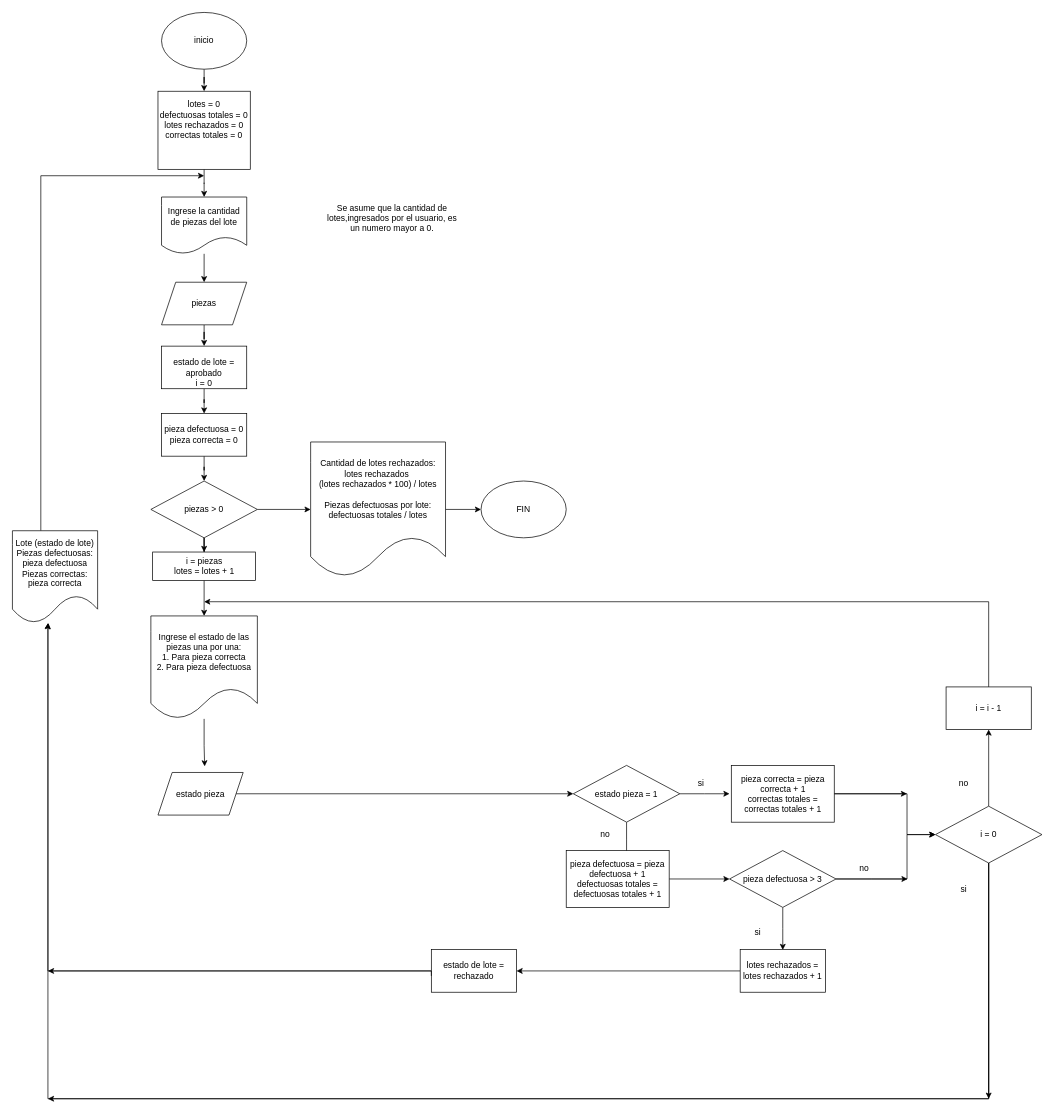
This is page "Página-2" (2 of 2) of Ejercicio4_tp3.drawio from tomassala1/Parcial-Intro-UNRN, a draw.io file, before an edit. Source tidied: cells renumbered, new cells numbered last; positions are measured from the earlier drawing's top-left corner, leaving out a move shared by most shapes. Both pictures are drawn from the tidied source at 71%, with x=0, y=0 at pixel (12, 12).
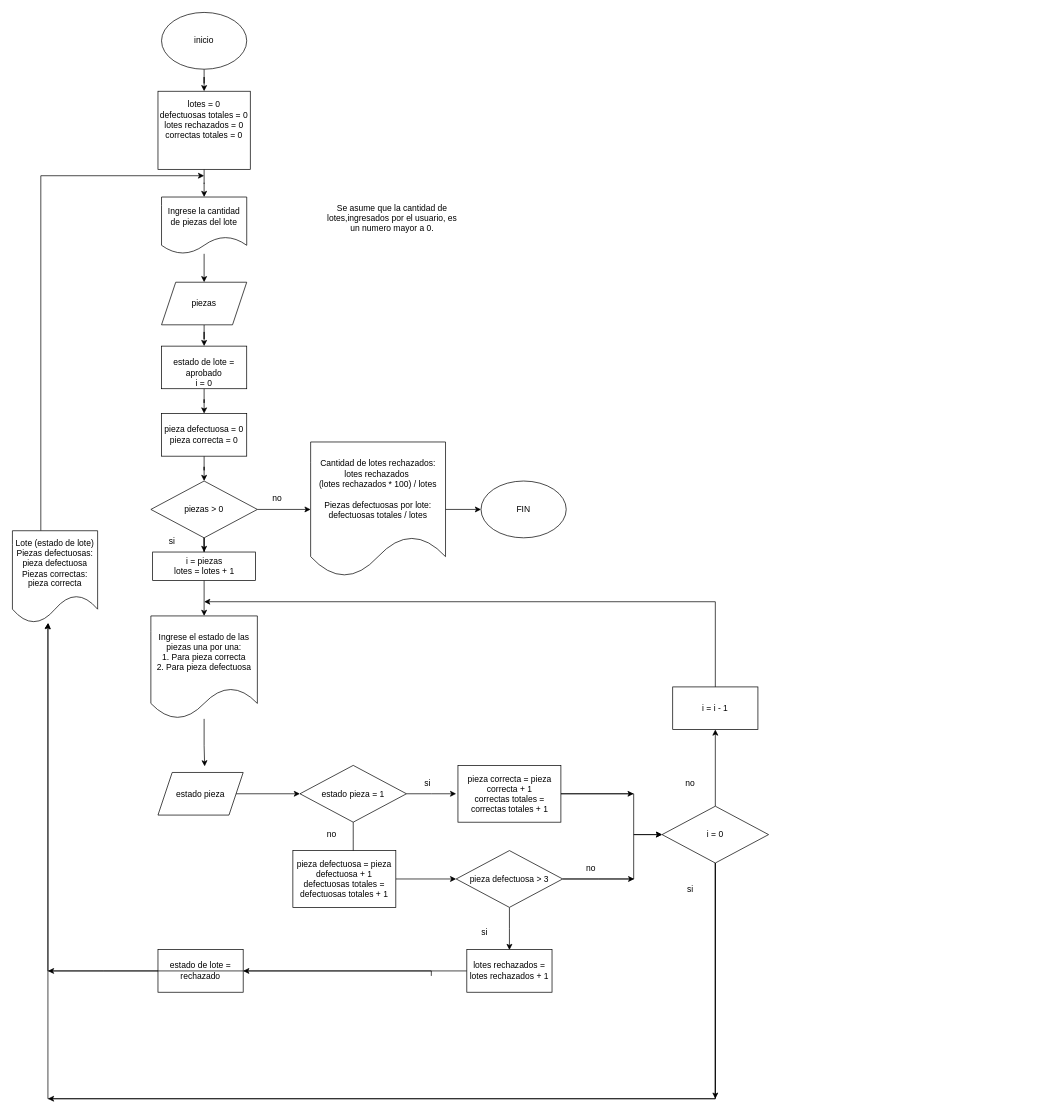
Above is the later version.

Change to the diagram source:
```diff
@@
     <mxCell id="11" style="edgeStyle=orthogonalEdgeStyle;rounded=0;jettySize=auto;html=1;" parent="1" edge="1" source="12">
       <mxGeometry relative="1" as="geometry">
-        <mxPoint x="865" y="1190.5" as="targetPoint" />
+        <mxPoint x="480" y="1190.5" as="targetPoint" />
       </mxGeometry>
     </mxCell>
     <mxCell id="12" value="estado pieza = 1" style="rhombus;whiteSpace=wrap;html=1;" parent="1" vertex="1">
-      <mxGeometry x="790" y="1060.5" width="150" height="80" as="geometry" />
+      <mxGeometry x="405" y="1060.5" width="150" height="80" as="geometry" />
     </mxCell>
@@
     <mxCell id="14" value="&lt;div&gt;pieza defectuosa = pieza defectuosa + 1&lt;/div&gt;&lt;div&gt;defectuosas totales = defectuosas totales + 1&lt;/div&gt;" style="rounded=0;whiteSpace=wrap;html=1;" parent="1" vertex="1">
-      <mxGeometry x="780" y="1180.5" width="145" height="80" as="geometry" />
+      <mxGeometry x="395" y="1180.5" width="145" height="80" as="geometry" />
     </mxCell>
     <mxCell id="15" style="edgeStyle=orthogonalEdgeStyle;rounded=0;jettySize=auto;html=1;" parent="1" edge="1" source="12">
       <mxGeometry relative="1" as="geometry">
-        <mxPoint x="1010" y="1100.5" as="targetPoint" />
+        <mxPoint x="625" y="1100.5" as="targetPoint" />
       </mxGeometry>
     </mxCell>
     <mxCell id="16" style="edgeStyle=orthogonalEdgeStyle;rounded=0;orthogonalLoop=1;jettySize=auto;html=1;" parent="1" edge="1">
       <mxGeometry relative="1" as="geometry">
-        <mxPoint x="1130" y="1100.5" as="sourcePoint" />
-        <mxPoint x="1260" y="1100.5" as="targetPoint" />
+        <mxPoint x="745" y="1100.5" as="sourcePoint" />
+        <mxPoint x="875" y="1100.5" as="targetPoint" />
       </mxGeometry>
     </mxCell>
     <mxCell id="17" value="&lt;div&gt;si&lt;/div&gt;" style="text;html=1;whiteSpace=wrap;strokeColor=none;fillColor=none;align=center;verticalAlign=middle;rounded=0;" parent="1" vertex="1">
-      <mxGeometry x="940" y="1070.5" width="60" height="30" as="geometry" />
+      <mxGeometry x="555" y="1070.5" width="60" height="30" as="geometry" />
     </mxCell>
     <mxCell id="18" value="no" style="text;html=1;whiteSpace=wrap;strokeColor=none;fillColor=none;align=center;verticalAlign=middle;rounded=0;" parent="1" vertex="1">
-      <mxGeometry x="805" y="1143" width="60" height="30" as="geometry" />
+      <mxGeometry x="420" y="1143" width="60" height="30" as="geometry" />
     </mxCell>
     <mxCell id="19" style="edgeStyle=orthogonalEdgeStyle;rounded=0;jettySize=auto;html=1;" parent="1" edge="1" source="22">
       <mxGeometry relative="1" as="geometry">
-        <mxPoint x="1085" y="1320.5" as="targetPoint" />
+        <mxPoint x="700" y="1320.5" as="targetPoint" />
       </mxGeometry>
     </mxCell>
     <mxCell id="20" style="edgeStyle=orthogonalEdgeStyle;rounded=0;jettySize=auto;html=1;" parent="1" edge="1" source="22">
       <mxGeometry relative="1" as="geometry">
-        <mxPoint x="1260.8" y="1220.5" as="targetPoint" />
+        <mxPoint x="875.8" y="1220.5" as="targetPoint" />
       </mxGeometry>
     </mxCell>
     <mxCell id="21" style="edgeStyle=orthogonalEdgeStyle;rounded=0;jettySize=auto;html=1;entryX=0;entryY=0.5;entryDx=0;entryDy=0;" parent="1" edge="1" source="22" target="52">
       <mxGeometry relative="1" as="geometry">
         <Array as="points">
-          <mxPoint x="1260" y="1221" />
-          <mxPoint x="1260" y="1158" />
+          <mxPoint x="875" y="1221" />
+          <mxPoint x="875" y="1158" />
         </Array>
       </mxGeometry>
     </mxCell>
     <mxCell id="22" value="pieza defectuosa &amp;gt; 3" style="rhombus;whiteSpace=wrap;html=1;" parent="1" vertex="1">
-      <mxGeometry x="1010" y="1180.5" width="150" height="80" as="geometry" />
+      <mxGeometry x="625" y="1180.5" width="150" height="80" as="geometry" />
     </mxCell>
     <mxCell id="23" value="no" style="text;html=1;whiteSpace=wrap;strokeColor=none;fillColor=none;align=center;verticalAlign=middle;rounded=0;" parent="1" vertex="1">
-      <mxGeometry x="1170" y="1190.5" width="60" height="30" as="geometry" />
+      <mxGeometry x="785" y="1190.5" width="60" height="30" as="geometry" />
     </mxCell>
     <mxCell id="24" value="si" style="text;html=1;whiteSpace=wrap;strokeColor=none;fillColor=none;align=center;verticalAlign=middle;rounded=0;" parent="1" vertex="1">
-      <mxGeometry x="1020" y="1280.5" width="60" height="30" as="geometry" />
+      <mxGeometry x="635" y="1280.5" width="60" height="30" as="geometry" />
     </mxCell>
@@
     <mxCell id="30" style="edgeStyle=orthogonalEdgeStyle;rounded=0;jettySize=auto;html=1;entryX=0;entryY=0.5;entryDx=0;entryDy=0;" parent="1" edge="1" source="31" target="52">
       <mxGeometry relative="1" as="geometry">
         <Array as="points">
-          <mxPoint x="1260" y="1100" />
-          <mxPoint x="1260" y="1158" />
+          <mxPoint x="875" y="1100" />
+          <mxPoint x="875" y="1158" />
         </Array>
       </mxGeometry>
     </mxCell>
     <mxCell id="31" value="&lt;div&gt;pieza correcta = pieza correcta + 1&lt;/div&gt;&lt;div&gt;correctas totales = correctas totales + 1&lt;/div&gt;" style="rounded=0;whiteSpace=wrap;html=1;" parent="1" vertex="1">
-      <mxGeometry x="1012.5" y="1060.5" width="145" height="80" as="geometry" />
+      <mxGeometry x="627.5" y="1060.5" width="145" height="80" as="geometry" />
     </mxCell>
@@
     <mxCell id="42" value="lotes rechazados = lotes rechazados + 1" style="rounded=0;whiteSpace=wrap;html=1;" parent="1" vertex="1">
-      <mxGeometry x="1025" y="1320" width="120" height="60" as="geometry" />
+      <mxGeometry x="640" y="1320" width="120" height="60" as="geometry" />
     </mxCell>
@@
     <mxCell id="45" value="estado de lote = rechazado" style="rounded=0;whiteSpace=wrap;html=1;" parent="1" vertex="1">
-      <mxGeometry x="590" y="1320" width="120" height="60" as="geometry" />
+      <mxGeometry x="205" y="1320" width="120" height="60" as="geometry" />
     </mxCell>
@@
     <mxCell id="47" style="edgeStyle=orthogonalEdgeStyle;rounded=0;jettySize=auto;html=1;" parent="1" edge="1" source="57">
       <mxGeometry relative="1" as="geometry">
         <mxPoint x="270" y="830" as="targetPoint" />
         <Array as="points">
-          <mxPoint x="1375" y="830" />
+          <mxPoint x="990" y="830" />
         </Array>
       </mxGeometry>
     </mxCell>
@@
     <mxCell id="49" style="edgeStyle=orthogonalEdgeStyle;rounded=0;jettySize=auto;html=1;" parent="1" edge="1" source="52">
       <mxGeometry relative="1" as="geometry">
-        <mxPoint x="1375" y="1530" as="targetPoint" />
+        <mxPoint x="990" y="1530" as="targetPoint" />
       </mxGeometry>
     </mxCell>
     <mxCell id="50" style="edgeStyle=orthogonalEdgeStyle;rounded=0;jettySize=auto;html=1;" parent="1" edge="1" source="52">
       <mxGeometry relative="1" as="geometry">
         <mxPoint x="50" y="1530" as="targetPoint" />
         <Array as="points">
-          <mxPoint x="1375" y="1530" />
+          <mxPoint x="990" y="1530" />
         </Array>
       </mxGeometry>
     </mxCell>
     <mxCell id="51" style="edgeStyle=orthogonalEdgeStyle;rounded=0;jettySize=auto;html=1;" parent="1" edge="1" source="52">
       <mxGeometry relative="1" as="geometry">
         <mxPoint x="50" y="860" as="targetPoint" />
         <Array as="points">
-          <mxPoint x="1375" y="1530" />
+          <mxPoint x="990" y="1530" />
           <mxPoint x="50" y="1530" />
         </Array>
       </mxGeometry>
     </mxCell>
     <mxCell id="52" value="i = 0" style="rhombus;whiteSpace=wrap;html=1;" parent="1" vertex="1">
-      <mxGeometry x="1300" y="1118" width="150" height="80" as="geometry" />
+      <mxGeometry x="915" y="1118" width="150" height="80" as="geometry" />
     </mxCell>
     <mxCell id="53" value="no" style="text;html=1;whiteSpace=wrap;strokeColor=none;fillColor=none;align=center;verticalAlign=middle;rounded=0;" parent="1" vertex="1">
-      <mxGeometry x="1310" y="1070.5" width="60" height="30" as="geometry" />
+      <mxGeometry x="925" y="1070.5" width="60" height="30" as="geometry" />
     </mxCell>
@@
     <mxCell id="57" value="i = i - 1" style="rounded=0;whiteSpace=wrap;html=1;" parent="1" vertex="1">
-      <mxGeometry x="1315" y="950" width="120" height="60" as="geometry" />
+      <mxGeometry x="930" y="950" width="120" height="60" as="geometry" />
     </mxCell>
     <mxCell id="58" value="si" style="text;html=1;whiteSpace=wrap;strokeColor=none;fillColor=none;align=center;verticalAlign=middle;rounded=0;" parent="1" vertex="1">
-      <mxGeometry x="1310" y="1220.5" width="60" height="30" as="geometry" />
+      <mxGeometry x="925" y="1220.5" width="60" height="30" as="geometry" />
     </mxCell>
+    <mxCell id="59" value="&lt;div&gt;si&lt;/div&gt;" style="text;html=1;whiteSpace=wrap;strokeColor=none;fillColor=none;align=center;verticalAlign=middle;rounded=0;" parent="1" vertex="1">
+      <mxGeometry x="195" y="730" width="60" height="30" as="geometry" />
+    </mxCell>
+    <mxCell id="60" value="no" style="text;html=1;whiteSpace=wrap;strokeColor=none;fillColor=none;align=center;verticalAlign=middle;rounded=0;" parent="1" vertex="1">
+      <mxGeometry x="342.5" y="670" width="60" height="30" as="geometry" />
+    </mxCell>
```
